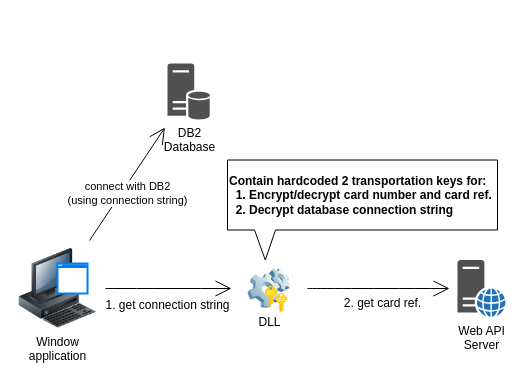
Before: page "dll-plus-smartcard" (1 of 2) of scb-fix-3tier-diagram.drawio in delphihero/MyDocument, a draw.io diagram. Source tidied: cells renumbered, new cells numbered last; positions are measured from the earlier drawing's top-left corner, leaving out a move shared by most shapes. Both pictures are drawn from the tidied source at 100%, with x=0, y=0 at pixel (17, 63).
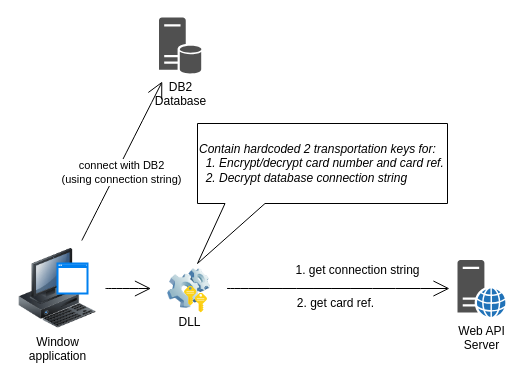
The same page after the edit.

What changed in the source:
```diff
@@
 <mxGraphModel>
   <root>
     <mxCell id="0" />
     <mxCell id="1" parent="0" />
     <mxCell id="2" value="&lt;div&gt;DB2 &lt;br&gt;&lt;/div&gt;&lt;div&gt;Database&lt;/div&gt;" style="sketch=0;shadow=0;dashed=0;html=1;strokeColor=none;fillColor=#505050;labelPosition=center;verticalLabelPosition=bottom;verticalAlign=top;outlineConnect=0;align=center;shape=mxgraph.office.servers.database_server;hachureGap=4;" parent="1" vertex="1">
-      <mxGeometry x="150" width="43" height="56" as="geometry" />
+      <mxGeometry x="141.5" y="-46" width="43" height="56" as="geometry" />
     </mxCell>
     <mxCell id="3" value="&lt;div&gt;Web API&lt;/div&gt;&lt;div&gt;Server&lt;br&gt;&lt;/div&gt;" style="sketch=0;shadow=0;dashed=0;html=1;strokeColor=none;fillColor=#505050;labelPosition=center;verticalLabelPosition=bottom;verticalAlign=top;outlineConnect=0;align=center;shape=mxgraph.office.servers.web_server_blue;hachureGap=4;" parent="1" vertex="1">
       <mxGeometry x="440" y="196.5" width="48" height="57" as="geometry" />
     </mxCell>
     <mxCell id="4" style="edgeStyle=none;curved=1;rounded=0;jettySize=auto;html=1;endArrow=open;startSize=14;endSize=14;sourcePerimeterSpacing=8;targetPerimeterSpacing=8;" parent="1" edge="1" source="9" target="12">
       <mxGeometry relative="1" as="geometry" />
     </mxCell>
     <mxCell id="5" value="&lt;div&gt;connect with DB2&lt;/div&gt;&lt;div&gt;(using connection string)&lt;br&gt;&lt;/div&gt;" style="edgeStyle=none;curved=1;rounded=0;jettySize=auto;html=1;endArrow=open;startSize=14;endSize=14;sourcePerimeterSpacing=8;targetPerimeterSpacing=8;" parent="1" edge="1" source="9" target="2">
       <mxGeometry x="-0.11" y="-5" relative="1" as="geometry" />
     </mxCell>
     <mxCell id="6" style="edgeStyle=none;curved=1;rounded=0;jettySize=auto;html=1;endArrow=open;startSize=14;endSize=14;sourcePerimeterSpacing=8;targetPerimeterSpacing=8;" parent="1" edge="1" source="12" target="3">
       <mxGeometry relative="1" as="geometry" />
     </mxCell>
-    <mxCell id="7" value="&lt;div align=&quot;left&quot;&gt;&lt;b&gt;Contain hardcoded 2 transportation keys for:&lt;/b&gt;&lt;/div&gt;&lt;div align=&quot;left&quot;&gt;&lt;b&gt;&amp;nbsp; 1. Encrypt/decrypt card number and card ref.&lt;/b&gt;&lt;/div&gt;&lt;div align=&quot;left&quot;&gt;&lt;b&gt;&amp;nbsp; 2. Decrypt database connection string &lt;br&gt;&lt;/b&gt;&lt;/div&gt;" style="shape=callout;whiteSpace=wrap;html=1;perimeter=calloutPerimeter;hachureGap=4;direction=east;align=left;size=30;position=0.1;position2=0.14;base=21;" parent="1" vertex="1">
-      <mxGeometry x="210" y="96.5" width="270" height="100" as="geometry" />
+    <mxCell id="7" value="&lt;div align=&quot;left&quot;&gt;&lt;span&gt;Contain hardcoded 2 transportation keys for:&lt;/span&gt;&lt;/div&gt;&lt;div align=&quot;left&quot;&gt;&lt;span&gt;&amp;nbsp; 1. Encrypt/decrypt card number and card ref.&lt;/span&gt;&lt;/div&gt;&lt;div align=&quot;left&quot;&gt;&lt;span&gt;&amp;nbsp; 2. Decrypt database connection string &lt;br&gt;&lt;/span&gt;&lt;/div&gt;" style="shape=callout;whiteSpace=wrap;html=1;perimeter=calloutPerimeter;hachureGap=4;direction=east;align=left;size=60;position=0.11;position2=0;base=40;fontStyle=2;" parent="1" vertex="1">
+      <mxGeometry x="180" y="60" width="250" height="140" as="geometry" />
     </mxCell>
     <mxCell id="8" style="group;" parent="1" vertex="1">
       <mxGeometry y="185" width="80" height="80" as="geometry" />
     </mxCell>
     <mxCell id="9" value="&lt;div&gt;Window&lt;/div&gt;&lt;div&gt;application&lt;br&gt;&lt;/div&gt;" style="image;html=1;image=img/lib/clip_art/computers/Workstation_128x128.png;hachureGap=4;" parent="8" vertex="1">
       <mxGeometry width="80" height="80" as="geometry" />
     </mxCell>
     <mxCell id="10" style="html=1;verticalLabelPosition=bottom;align=center;labelBackgroundColor=#ffffff;verticalAlign=top;strokeWidth=2;strokeColor=#0080F0;shadow=0;dashed=0;shape=mxgraph.ios7.icons.window;hachureGap=4;" parent="8" vertex="1">
       <mxGeometry x="40" y="15" width="30" height="30" as="geometry" />
     </mxCell>
     <mxCell id="11" style="group;" parent="1" vertex="1">
-      <mxGeometry x="222" y="205" width="60" height="44.5" as="geometry" />
+      <mxGeometry x="141.5" y="205" width="60" height="44.5" as="geometry" />
     </mxCell>
     <mxCell id="12" value="DLL" style="image;html=1;image=img/lib/clip_art/computers/Software_128x128.png;hachureGap=4;" parent="11" vertex="1">
       <mxGeometry width="60" height="40" as="geometry" />
     </mxCell>
     <mxCell id="13" style="group;" parent="11" vertex="1">
       <mxGeometry x="25.6" y="17.5" width="22.8" height="27" as="geometry" />
     </mxCell>
     <mxCell id="14" style="sketch=0;html=1;align=center;image;fontSize=12;image=img/lib/mscae/Key.svg;hachureGap=4;" parent="13" vertex="1">
       <mxGeometry x="10.4" y="7" width="12.4" height="20" as="geometry" />
     </mxCell>
     <mxCell id="15" style="sketch=0;html=1;align=center;image;fontSize=12;image=img/lib/mscae/Key.svg;hachureGap=4;" parent="13" vertex="1">
       <mxGeometry width="12.4" height="20" as="geometry" />
     </mxCell>
     <mxCell id="16" value="1. get connection string" style="text;html=1;align=center;verticalAlign=middle;fillColor=none;strokeColor=none;rounded=0;hachureGap=4;" parent="1" vertex="1">
-      <mxGeometry x="80" y="231.5" width="140" height="20" as="geometry" />
+      <mxGeometry x="270" y="196.5" width="140" height="20" as="geometry" />
     </mxCell>
     <mxCell id="17" value="2. get card ref." style="text;html=1;align=center;verticalAlign=middle;fillColor=none;strokeColor=none;rounded=0;hachureGap=4;" parent="1" vertex="1">
-      <mxGeometry x="320" y="229.5" width="90" height="20" as="geometry" />
+      <mxGeometry x="273" y="229.5" width="90" height="20" as="geometry" />
     </mxCell>
   </root>
 </mxGraphModel>
```
